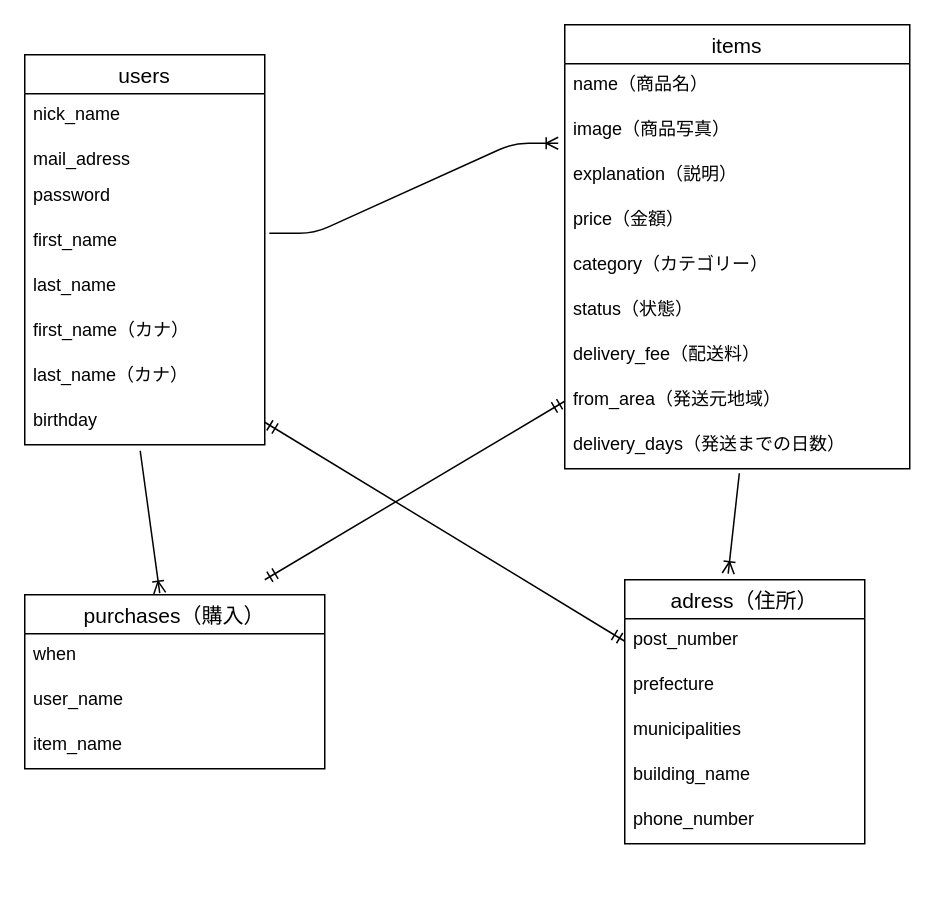
This is furima.dio from eyemovic-hayashi/furima-32034, a draw.io file, before an edit. Source tidied: cells renumbered, new cells numbered last; positions are measured from the earlier drawing's top-left corner, leaving out a move shared by most shapes. Both pictures are drawn from the tidied source at 150%, with x=0, y=0 at pixel (24, 24).
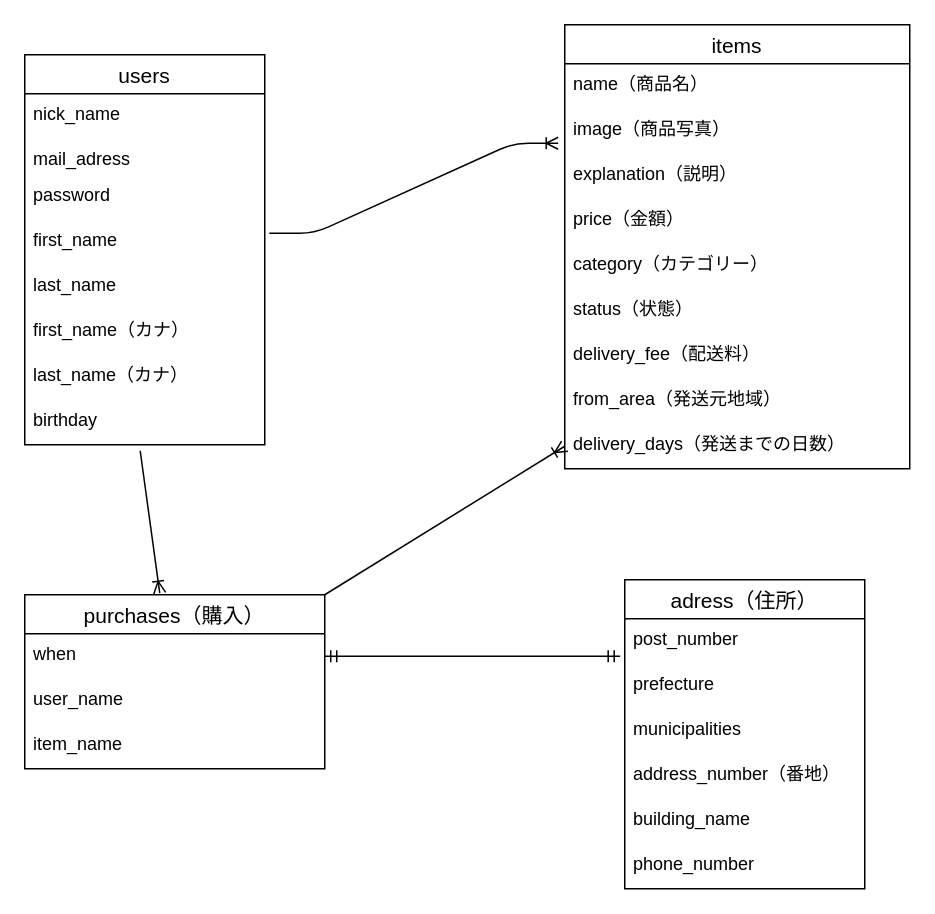
The same page after the edit.

Commit message (it also covers changes not shown here):
Read Me再記述

The change refers to these unchanged cells:
```xml
<mxCell id="11" value="birthday" style="text;strokeColor=none;fillColor=none;spacingLeft=4;spacingRight=4;overflow=hidden;points=[[0,0.5],[1,0.5]];portConstraint=eastwest;fontSize=12;" parent="3" vertex="1">
  <mxGeometry y="230" width="160" height="30" as="geometry" />
</mxCell>
<mxCell id="13" value="post_number" style="text;strokeColor=none;fillColor=none;spacingLeft=4;spacingRight=4;overflow=hidden;points=[[0,0.5],[1,0.5]];portConstraint=eastwest;fontSize=12;" parent="12" vertex="1">
  <mxGeometry y="26" width="160" height="30" as="geometry" />
</mxCell>
<mxCell id="18" value="purchases（購入）" style="swimlane;fontStyle=0;horizontal=1;startSize=26;align=center;fontSize=14;" parent="1" vertex="1">
  <mxGeometry y="380" width="200" height="116" as="geometry" />
</mxCell>
<mxCell id="19" value="when" style="text;strokeColor=none;fillColor=none;spacingLeft=4;spacingRight=4;overflow=hidden;points=[[0,0.5],[1,0.5]];portConstraint=eastwest;fontSize=12;" parent="18" vertex="1">
  <mxGeometry y="26" width="200" height="30" as="geometry" />
</mxCell>
<mxCell id="31" value="from_area（発送元地域）" style="text;strokeColor=none;fillColor=none;spacingLeft=4;spacingRight=4;overflow=hidden;points=[[0,0.5],[1,0.5]];portConstraint=eastwest;fontSize=12;" parent="23" vertex="1">
  <mxGeometry y="236" width="230" height="30" as="geometry" />
</mxCell>
<mxCell id="32" value="delivery_days（発送までの日数）" style="text;strokeColor=none;fillColor=none;spacingLeft=4;spacingRight=4;overflow=hidden;points=[[0,0.5],[1,0.5]];portConstraint=eastwest;fontSize=12;" parent="23" vertex="1">
  <mxGeometry y="266" width="230" height="30" as="geometry" />
</mxCell>
```

The edit, as a diff of the source:
```diff
@@
     <mxCell id="12" value="adress（住所）" style="swimlane;fontStyle=0;horizontal=1;startSize=26;align=center;fontSize=14;" parent="1" vertex="1">
-      <mxGeometry x="400" y="370" width="160" height="176" as="geometry" />
+      <mxGeometry x="400" y="370" width="160" height="206" as="geometry" />
     </mxCell>
@@
+    <mxCell id="36" value="address_number（番地）" style="text;strokeColor=none;fillColor=none;spacingLeft=4;spacingRight=4;overflow=hidden;fontSize=12;" parent="12" vertex="1">
+      <mxGeometry y="116" width="160" height="30" as="geometry" />
+    </mxCell>
     <mxCell id="16" value="building_name" style="text;strokeColor=none;fillColor=none;spacingLeft=4;spacingRight=4;overflow=hidden;fontSize=12;" parent="12" vertex="1">
-      <mxGeometry y="116" width="160" height="30" as="geometry" />
+      <mxGeometry y="146" width="160" height="30" as="geometry" />
     </mxCell>
     <mxCell id="17" value="phone_number" style="text;strokeColor=none;fillColor=none;spacingLeft=4;spacingRight=4;overflow=hidden;fontSize=12;" parent="12" vertex="1">
-      <mxGeometry y="146" width="160" height="30" as="geometry" />
+      <mxGeometry y="176" width="160" height="30" as="geometry" />
     </mxCell>
@@
-    <mxCell id="22" style="fontSize=12;html=1;endArrow=ERmandOne;startArrow=ERmandOne;entryX=0;entryY=0.5;entryDx=0;entryDy=0;" parent="1" edge="1" target="31">
-      <mxGeometry relative="1" as="geometry">
-        <mxPoint x="160" y="370" as="sourcePoint" />
-      </mxGeometry>
-    </mxCell>
@@
-    <mxCell id="34" style="fontSize=12;html=1;endArrow=ERoneToMany;entryX=0.431;entryY=-0.023;entryDx=0;entryDy=0;entryPerimeter=0;exitX=0.506;exitY=1.1;exitDx=0;exitDy=0;exitPerimeter=0;" parent="1" edge="1" source="32" target="12">
-      <mxGeometry relative="1" as="geometry" />
-    </mxCell>
-    <mxCell id="35" style="fontSize=12;html=1;endArrow=ERmandOne;startArrow=ERmandOne;entryX=0;entryY=0.5;entryDx=0;entryDy=0;exitX=1;exitY=0.5;exitDx=0;exitDy=0;" parent="1" edge="1" source="11" target="13">
-      <mxGeometry relative="1" as="geometry" />
-    </mxCell>
+    <mxCell id="37" style="fontSize=12;html=1;endArrow=ERoneToMany;entryX=0;entryY=0.5;entryDx=0;entryDy=0;exitX=1;exitY=0;exitDx=0;exitDy=0;" parent="1" edge="1" source="18" target="32">
+      <mxGeometry relative="1" as="geometry" />
+    </mxCell>
+    <mxCell id="38" style="edgeStyle=entityRelationEdgeStyle;fontSize=12;html=1;endArrow=ERmandOne;startArrow=ERmandOne;exitX=1;exitY=0.5;exitDx=0;exitDy=0;entryX=-0.019;entryY=0.833;entryDx=0;entryDy=0;entryPerimeter=0;" parent="1" edge="1" source="19" target="13">
+      <mxGeometry relative="1" as="geometry" />
+    </mxCell>
```
